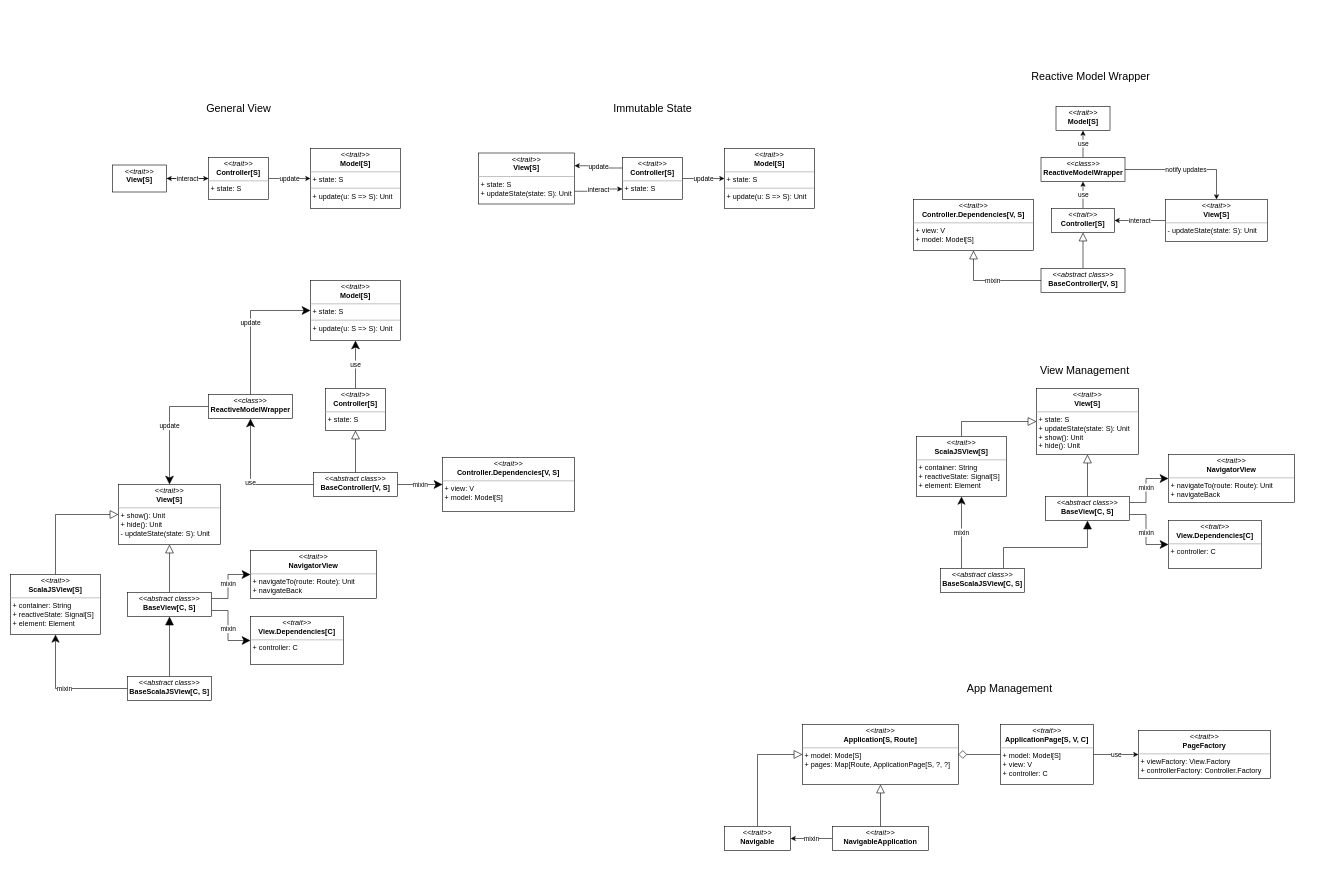
zucchero-sintattico/pps-22-scatan keeps this draw.io diagram as page "MVC" (7 of 9) of scatan.drawio. Above is the earlier version. Source tidied: cells renumbered, new cells numbered last; positions are measured from the earlier drawing's top-left corner, leaving out a move shared by most shapes. Both pictures are drawn from the tidied source at 60%, with x=0, y=0 at pixel (10, 64).
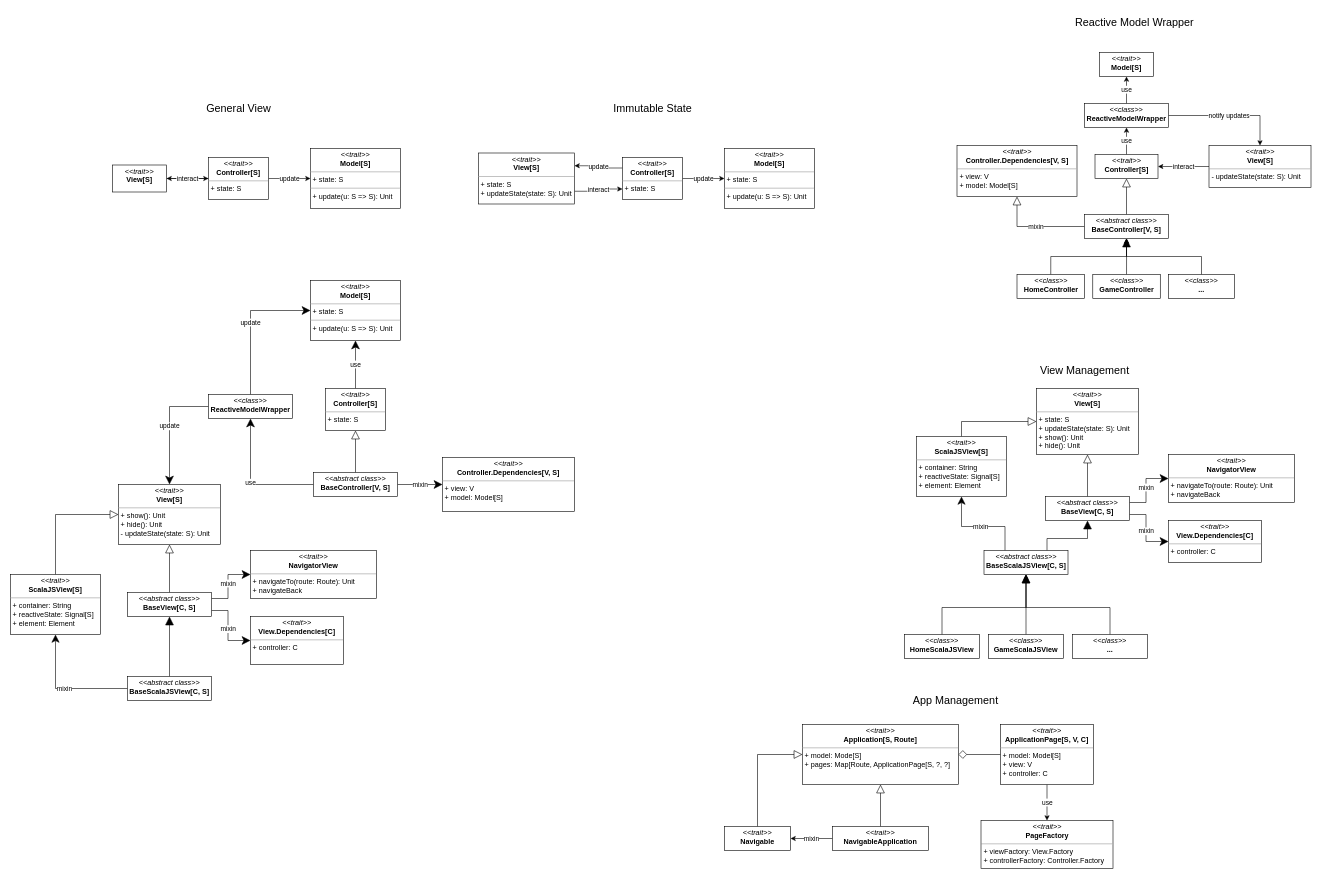
The same diagram, later.

The change refers to these unchanged cells:
```xml
<mxCell id="27" value="&lt;p style=&quot;margin:0px;margin-top:4px;text-align:center;&quot;&gt;&lt;i&gt;&amp;lt;&amp;lt;trait&amp;gt;&amp;gt;&lt;/i&gt;&lt;br&gt;&lt;b&gt;ApplicationPage[S, V, C]&lt;/b&gt;&lt;/p&gt;&lt;hr size=&quot;1&quot;&gt;&lt;p style=&quot;margin:0px;margin-left:4px;&quot;&gt;+ model: Model[S]&lt;/p&gt;&lt;p style=&quot;margin:0px;margin-left:4px;&quot;&gt;+ view: V&lt;/p&gt;&lt;p style=&quot;margin:0px;margin-left:4px;&quot;&gt;+ controller: C&lt;/p&gt;" style="verticalAlign=top;align=left;overflow=fill;fontSize=12;fontFamily=Helvetica;html=1;whiteSpace=wrap;" parent="1" vertex="1">
  <mxGeometry x="1650" y="1100" width="155" height="100" as="geometry" />
</mxCell>
```

Change to the diagram source:
```diff
@@
-    <mxCell id="26" value="use" style="edgeStyle=orthogonalEdgeStyle;rounded=0;jettySize=auto;html=1;exitX=1;exitY=0.5;exitDx=0;exitDy=0;entryX=0;entryY=0.5;entryDx=0;entryDy=0;" parent="1" edge="1" source="27" target="28">
+    <mxCell id="26" value="use" style="edgeStyle=orthogonalEdgeStyle;rounded=0;jettySize=auto;html=1;exitX=0.5;exitY=1;exitDx=0;exitDy=0;entryX=0.5;entryY=0;entryDx=0;entryDy=0;" parent="1" edge="1" source="27" target="28">
       <mxGeometry relative="1" as="geometry" />
     </mxCell>
@@
     <mxCell id="28" value="&lt;p style=&quot;margin:0px;margin-top:4px;text-align:center;&quot;&gt;&lt;i&gt;&amp;lt;&amp;lt;trait&amp;gt;&amp;gt;&lt;/i&gt;&lt;br&gt;&lt;b&gt;PageFactory&lt;/b&gt;&lt;/p&gt;&lt;hr size=&quot;1&quot;&gt;&lt;p style=&quot;margin:0px;margin-left:4px;&quot;&gt;+ viewFactory: View.Factory&lt;/p&gt;&lt;p style=&quot;margin:0px;margin-left:4px;&quot;&gt;+ controllerFactory: Controller.Factory&lt;/p&gt;" style="verticalAlign=top;align=left;overflow=fill;fontSize=12;fontFamily=Helvetica;html=1;whiteSpace=wrap;" parent="1" vertex="1">
-      <mxGeometry x="1880" y="1110" width="220" height="80" as="geometry" />
+      <mxGeometry x="1617.5" y="1260" width="220" height="80" as="geometry" />
     </mxCell>
@@
     <mxCell id="49" value="&lt;p style=&quot;margin:0px;margin-top:4px;text-align:center;&quot;&gt;&lt;i&gt;&amp;lt;&amp;lt;trait&amp;gt;&amp;gt;&lt;/i&gt;&lt;br&gt;&lt;b&gt;Model[S]&lt;/b&gt;&lt;/p&gt;" style="verticalAlign=top;align=left;overflow=fill;fontSize=12;fontFamily=Helvetica;html=1;whiteSpace=wrap;" parent="1" vertex="1">
-      <mxGeometry x="1742.5" y="70" width="90" height="40" as="geometry" />
+      <mxGeometry x="1815" y="-20" width="90" height="40" as="geometry" />
     </mxCell>
@@
     <mxCell id="51" value="&lt;p style=&quot;margin:0px;margin-top:4px;text-align:center;&quot;&gt;&lt;i&gt;&amp;lt;&amp;lt;trait&amp;gt;&amp;gt;&lt;/i&gt;&lt;br&gt;&lt;b&gt;Controller[S]&lt;/b&gt;&lt;/p&gt;" style="verticalAlign=top;align=left;overflow=fill;fontSize=12;fontFamily=Helvetica;html=1;whiteSpace=wrap;" parent="1" vertex="1">
-      <mxGeometry x="1735" y="240" width="105" height="40" as="geometry" />
+      <mxGeometry x="1807.5" y="150" width="105" height="40" as="geometry" />
     </mxCell>
@@
     <mxCell id="54" value="&lt;p style=&quot;margin:0px;margin-top:4px;text-align:center;&quot;&gt;&lt;i&gt;&amp;lt;&amp;lt;class&amp;gt;&amp;gt;&lt;/i&gt;&lt;br&gt;&lt;b&gt;ReactiveModelWrapper&lt;/b&gt;&lt;/p&gt;" style="verticalAlign=top;align=left;overflow=fill;fontSize=12;fontFamily=Helvetica;html=1;whiteSpace=wrap;" parent="1" vertex="1">
-      <mxGeometry x="1717.5" y="155" width="140" height="40" as="geometry" />
+      <mxGeometry x="1790" y="65" width="140" height="40" as="geometry" />
     </mxCell>
@@
     <mxCell id="57" value="&lt;p style=&quot;margin:0px;margin-top:4px;text-align:center;&quot;&gt;&lt;i&gt;&amp;lt;&amp;lt;abstract class&amp;gt;&amp;gt;&lt;/i&gt;&lt;br&gt;&lt;b&gt;BaseController[V, S]&lt;/b&gt;&lt;/p&gt;" style="verticalAlign=top;align=left;overflow=fill;fontSize=12;fontFamily=Helvetica;html=1;whiteSpace=wrap;" parent="1" vertex="1">
-      <mxGeometry x="1717.5" y="340" width="140" height="40" as="geometry" />
+      <mxGeometry x="1790" y="250" width="140" height="40" as="geometry" />
     </mxCell>
@@
     <mxCell id="59" value="&lt;p style=&quot;margin:0px;margin-top:4px;text-align:center;&quot;&gt;&lt;i&gt;&amp;lt;&amp;lt;trait&amp;gt;&amp;gt;&lt;/i&gt;&lt;br&gt;&lt;b&gt;View[S]&lt;/b&gt;&lt;/p&gt;&lt;hr size=&quot;1&quot;&gt;&lt;p style=&quot;margin:0px;margin-left:4px;&quot;&gt;&lt;span style=&quot;background-color: initial;&quot;&gt;- updateState(state: S): Unit&lt;/span&gt;&lt;br&gt;&lt;/p&gt;" style="verticalAlign=top;align=left;overflow=fill;fontSize=12;fontFamily=Helvetica;html=1;whiteSpace=wrap;" parent="1" vertex="1">
-      <mxGeometry x="1925" y="225" width="170" height="70" as="geometry" />
+      <mxGeometry x="1997.5" y="135" width="170" height="70" as="geometry" />
     </mxCell>
     <mxCell id="60" value="Reactive Model Wrapper" style="text;html=1;align=center;verticalAlign=middle;strokeColor=none;fillColor=none;fontSize=18;" parent="1" vertex="1">
-      <mxGeometry x="1690" width="220" height="40" as="geometry" />
+      <mxGeometry x="1762.5" y="-90" width="220" height="40" as="geometry" />
     </mxCell>
@@
     <mxCell id="62" value="&lt;p style=&quot;margin:0px;margin-top:4px;text-align:center;&quot;&gt;&lt;i&gt;&amp;lt;&amp;lt;trait&amp;gt;&amp;gt;&lt;/i&gt;&lt;br&gt;&lt;b&gt;View.Dependencies[C]&lt;/b&gt;&lt;/p&gt;&lt;hr size=&quot;1&quot;&gt;&lt;p style=&quot;margin:0px;margin-left:4px;&quot;&gt;+ controller: C&lt;/p&gt;" style="verticalAlign=top;align=left;overflow=fill;fontSize=12;fontFamily=Helvetica;html=1;whiteSpace=wrap;" parent="1" vertex="1">
-      <mxGeometry x="1930" y="760" width="155" height="80" as="geometry" />
+      <mxGeometry x="1930" y="760" width="155" height="70" as="geometry" />
     </mxCell>
@@
     <mxCell id="72" value="&lt;p style=&quot;margin:0px;margin-top:4px;text-align:center;&quot;&gt;&lt;i&gt;&amp;lt;&amp;lt;abstract class&amp;gt;&amp;gt;&lt;/i&gt;&lt;br&gt;&lt;b&gt;BaseScalaJSView[C, S]&lt;/b&gt;&lt;/p&gt;" style="verticalAlign=top;align=left;overflow=fill;fontSize=12;fontFamily=Helvetica;html=1;whiteSpace=wrap;" parent="1" vertex="1">
-      <mxGeometry x="1550" y="840" width="140" height="40" as="geometry" />
+      <mxGeometry x="1622.5" y="810" width="140" height="40" as="geometry" />
     </mxCell>
@@
     <mxCell id="74" value="App Management" style="text;html=1;align=center;verticalAlign=middle;strokeColor=none;fillColor=none;fontSize=18;" parent="1" vertex="1">
-      <mxGeometry x="1580" y="1020" width="170" height="40" as="geometry" />
+      <mxGeometry x="1490" y="1040" width="170" height="40" as="geometry" />
     </mxCell>
     <mxCell id="75" value="&lt;p style=&quot;margin:0px;margin-top:4px;text-align:center;&quot;&gt;&lt;i&gt;&amp;lt;&amp;lt;trait&amp;gt;&amp;gt;&lt;/i&gt;&lt;br&gt;&lt;b&gt;Controller.Dependencies[V, S]&lt;/b&gt;&lt;/p&gt;&lt;hr size=&quot;1&quot;&gt;&lt;p style=&quot;margin:0px;margin-left:4px;&quot;&gt;+ view: V&lt;/p&gt;&lt;p style=&quot;margin:0px;margin-left:4px;&quot;&gt;+ model: Model[S]&lt;/p&gt;" style="verticalAlign=top;align=left;overflow=fill;fontSize=12;fontFamily=Helvetica;html=1;whiteSpace=wrap;" parent="1" vertex="1">
-      <mxGeometry x="1505" y="225" width="200" height="85" as="geometry" />
+      <mxGeometry x="1577.5" y="135" width="200" height="85" as="geometry" />
     </mxCell>
+    <mxCell id="76" style="edgeStyle=orthogonalEdgeStyle;rounded=0;jettySize=auto;html=1;exitX=0.5;exitY=0;exitDx=0;exitDy=0;entryX=0.5;entryY=1;entryDx=0;entryDy=0;endArrow=block;endFill=1;endSize=12;" parent="1" edge="1" source="77" target="57">
+      <mxGeometry relative="1" as="geometry">
+        <Array as="points">
+          <mxPoint x="1734" y="320" />
+          <mxPoint x="1860" y="320" />
+        </Array>
+      </mxGeometry>
+    </mxCell>
+    <mxCell id="77" value="&lt;p style=&quot;margin:0px;margin-top:4px;text-align:center;&quot;&gt;&lt;i&gt;&amp;lt;&amp;lt;class&amp;gt;&amp;gt;&lt;/i&gt;&lt;br&gt;&lt;b&gt;HomeController&lt;/b&gt;&lt;/p&gt;" style="verticalAlign=top;align=left;overflow=fill;fontSize=12;fontFamily=Helvetica;html=1;whiteSpace=wrap;" parent="1" vertex="1">
+      <mxGeometry x="1677.5" y="350" width="112.5" height="40" as="geometry" />
+    </mxCell>
+    <mxCell id="78" style="edgeStyle=orthogonalEdgeStyle;rounded=0;jettySize=auto;html=1;exitX=0.5;exitY=0;exitDx=0;exitDy=0;entryX=0.5;entryY=1;entryDx=0;entryDy=0;" parent="1" edge="1" source="79" target="57">
+      <mxGeometry relative="1" as="geometry" />
+    </mxCell>
+    <mxCell id="79" value="&lt;p style=&quot;margin:0px;margin-top:4px;text-align:center;&quot;&gt;&lt;i&gt;&amp;lt;&amp;lt;class&amp;gt;&amp;gt;&lt;/i&gt;&lt;br&gt;&lt;b&gt;GameController&lt;/b&gt;&lt;/p&gt;" style="verticalAlign=top;align=left;overflow=fill;fontSize=12;fontFamily=Helvetica;html=1;whiteSpace=wrap;" parent="1" vertex="1">
+      <mxGeometry x="1803.8" y="350" width="112.5" height="40" as="geometry" />
+    </mxCell>
+    <mxCell id="80" style="edgeStyle=orthogonalEdgeStyle;rounded=0;jettySize=auto;html=1;exitX=0.5;exitY=0;exitDx=0;exitDy=0;entryX=0.5;entryY=1;entryDx=0;entryDy=0;" parent="1" edge="1" source="81" target="57">
+      <mxGeometry relative="1" as="geometry" />
+    </mxCell>
+    <mxCell id="81" value="&lt;p style=&quot;margin:0px;margin-top:4px;text-align:center;&quot;&gt;&lt;i&gt;&amp;lt;&amp;lt;class&amp;gt;&amp;gt;&lt;/i&gt;&lt;br&gt;&lt;b&gt;...&lt;/b&gt;&lt;/p&gt;" style="verticalAlign=top;align=left;overflow=fill;fontSize=12;fontFamily=Helvetica;html=1;whiteSpace=wrap;" parent="1" vertex="1">
+      <mxGeometry x="1930" y="350" width="110" height="40" as="geometry" />
+    </mxCell>
+    <mxCell id="82" style="edgeStyle=orthogonalEdgeStyle;rounded=0;jettySize=auto;html=1;exitX=0.5;exitY=0;exitDx=0;exitDy=0;entryX=0.5;entryY=1;entryDx=0;entryDy=0;endSize=12;endArrow=block;endFill=1;" parent="1" edge="1" source="83" target="72">
+      <mxGeometry relative="1" as="geometry" />
+    </mxCell>
+    <mxCell id="83" value="&lt;p style=&quot;margin:0px;margin-top:4px;text-align:center;&quot;&gt;&lt;i&gt;&amp;lt;&amp;lt;class&amp;gt;&amp;gt;&lt;/i&gt;&lt;br&gt;&lt;b&gt;HomeScalaJSView&lt;/b&gt;&lt;/p&gt;" style="verticalAlign=top;align=left;overflow=fill;fontSize=12;fontFamily=Helvetica;html=1;whiteSpace=wrap;" parent="1" vertex="1">
+      <mxGeometry x="1490" y="950" width="125" height="40" as="geometry" />
+    </mxCell>
+    <mxCell id="84" style="edgeStyle=orthogonalEdgeStyle;rounded=0;jettySize=auto;html=1;exitX=0.5;exitY=0;exitDx=0;exitDy=0;entryX=0.5;entryY=1;entryDx=0;entryDy=0;" parent="1" edge="1" source="85" target="72">
+      <mxGeometry relative="1" as="geometry" />
+    </mxCell>
+    <mxCell id="85" value="&lt;p style=&quot;margin:0px;margin-top:4px;text-align:center;&quot;&gt;&lt;i&gt;&amp;lt;&amp;lt;class&amp;gt;&amp;gt;&lt;/i&gt;&lt;br&gt;&lt;b&gt;GameScalaJSView&lt;/b&gt;&lt;/p&gt;" style="verticalAlign=top;align=left;overflow=fill;fontSize=12;fontFamily=Helvetica;html=1;whiteSpace=wrap;" parent="1" vertex="1">
+      <mxGeometry x="1630" y="950" width="125" height="40" as="geometry" />
+    </mxCell>
+    <mxCell id="86" style="edgeStyle=orthogonalEdgeStyle;rounded=0;jettySize=auto;html=1;exitX=0.5;exitY=0;exitDx=0;exitDy=0;entryX=0.5;entryY=1;entryDx=0;entryDy=0;endArrow=block;endFill=1;endSize=12;" parent="1" edge="1" source="87" target="72">
+      <mxGeometry relative="1" as="geometry" />
+    </mxCell>
+    <mxCell id="87" value="&lt;p style=&quot;margin:0px;margin-top:4px;text-align:center;&quot;&gt;&lt;i&gt;&amp;lt;&amp;lt;class&amp;gt;&amp;gt;&lt;/i&gt;&lt;br&gt;&lt;b&gt;...&lt;/b&gt;&lt;/p&gt;" style="verticalAlign=top;align=left;overflow=fill;fontSize=12;fontFamily=Helvetica;html=1;whiteSpace=wrap;" parent="1" vertex="1">
+      <mxGeometry x="1770" y="950" width="125" height="40" as="geometry" />
+    </mxCell>
```
